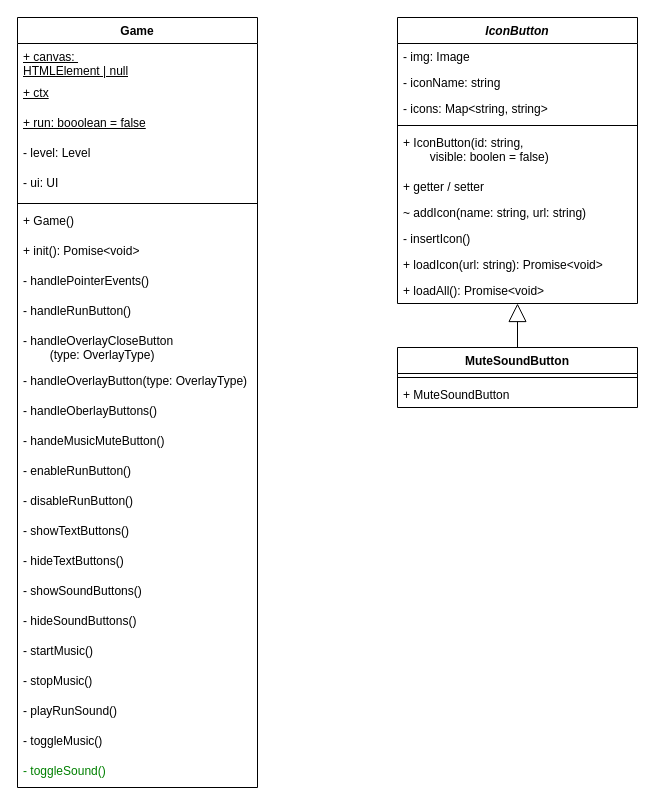
The draw.io diagram docs/issue/152-diagram.drawio in elma1989/el-pollo-loco, before the edit. Source tidied: cells renumbered, new cells numbered last; positions are measured from the earlier drawing's top-left corner, leaving out a move shared by most shapes. Both pictures are drawn from the tidied source at 100%, with x=0, y=0 at pixel (17, 17).
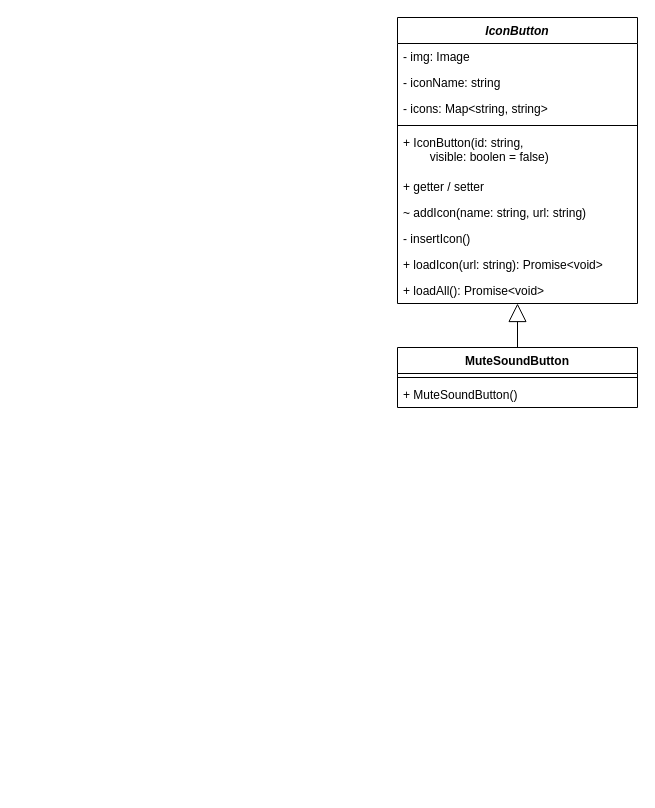
The same page after the edit.

The change refers to these unchanged cells:
```xml
<mxCell id="2" value="MuteSoundButton" style="swimlane;fontStyle=1;align=center;verticalAlign=top;horizontal=1;startSize=26;whiteSpace=wrap;html=1;" parent="1" vertex="1">
  <mxGeometry x="380" y="330" width="240" height="60" as="geometry" />
</mxCell>
```

The edit, as a diff of the source:
```diff
@@
-    <mxCell id="4" value="+ MuteSoundButton" style="text;strokeColor=none;fillColor=none;align=left;verticalAlign=top;spacingLeft=4;spacingRight=4;overflow=hidden;whiteSpace=wrap;html=1;" parent="2" vertex="1">
+    <mxCell id="4" value="+ MuteSoundButton()" style="text;strokeColor=none;fillColor=none;align=left;verticalAlign=top;spacingLeft=4;spacingRight=4;overflow=hidden;whiteSpace=wrap;html=1;" parent="2" vertex="1">
       <mxGeometry y="34" width="240" height="26" as="geometry" />
     </mxCell>
@@
-    <mxCell id="17" value="Game" style="swimlane;fontStyle=1;align=center;verticalAlign=top;horizontal=1;startSize=26;whiteSpace=wrap;html=1;" parent="1" vertex="1">
-      <mxGeometry width="240" height="770" as="geometry" />
-    </mxCell>
-    <mxCell id="18" value="+ canvas:&amp;nbsp;&lt;div&gt;HTMLElement | null&lt;/div&gt;" style="text;strokeColor=none;fillColor=none;align=left;verticalAlign=top;spacingLeft=4;spacingRight=4;overflow=hidden;whiteSpace=wrap;html=1;fontStyle=4;" parent="17" vertex="1">
-      <mxGeometry y="26" width="240" height="36" as="geometry" />
-    </mxCell>
-    <mxCell id="19" value="+ ctx" style="text;strokeColor=none;fillColor=none;align=left;verticalAlign=top;spacingLeft=4;spacingRight=4;overflow=hidden;whiteSpace=wrap;html=1;fontStyle=4;" parent="17" vertex="1">
-      <mxGeometry y="62" width="240" height="30" as="geometry" />
-    </mxCell>
-    <mxCell id="20" value="+ run: booolean = false" style="text;strokeColor=none;fillColor=none;align=left;verticalAlign=top;spacingLeft=4;spacingRight=4;overflow=hidden;whiteSpace=wrap;html=1;fontStyle=4;" parent="17" vertex="1">
-      <mxGeometry y="92" width="240" height="30" as="geometry" />
-    </mxCell>
-    <mxCell id="21" value="- level: Level" style="text;strokeColor=none;fillColor=none;align=left;verticalAlign=top;spacingLeft=4;spacingRight=4;overflow=hidden;whiteSpace=wrap;html=1;fontStyle=0;fontColor=default;" parent="17" vertex="1">
-      <mxGeometry y="122" width="240" height="30" as="geometry" />
-    </mxCell>
-    <mxCell id="22" value="- ui: UI" style="text;strokeColor=none;fillColor=none;align=left;verticalAlign=top;spacingLeft=4;spacingRight=4;overflow=hidden;whiteSpace=wrap;html=1;fontStyle=0;fontColor=default;" parent="17" vertex="1">
-      <mxGeometry y="152" width="240" height="30" as="geometry" />
-    </mxCell>
-    <mxCell id="23" style="line;strokeWidth=1;fillColor=none;align=left;verticalAlign=middle;spacingTop=-1;spacingLeft=3;spacingRight=3;labelPosition=right;strokeColor=inherit;" parent="17" vertex="1">
-      <mxGeometry y="182" width="240" height="8" as="geometry" />
-    </mxCell>
-    <mxCell id="24" value="+ Game()" style="text;strokeColor=none;fillColor=none;align=left;verticalAlign=top;spacingLeft=4;spacingRight=4;overflow=hidden;whiteSpace=wrap;html=1;fontStyle=0;fontColor=default;" parent="17" vertex="1">
-      <mxGeometry y="190" width="240" height="30" as="geometry" />
-    </mxCell>
-    <mxCell id="25" value="+ init(): Pomise&amp;lt;void&amp;gt;" style="text;strokeColor=none;fillColor=none;align=left;verticalAlign=top;spacingLeft=4;spacingRight=4;overflow=hidden;whiteSpace=wrap;html=1;fontStyle=0;fontColor=default;" parent="17" vertex="1">
-      <mxGeometry y="220" width="240" height="30" as="geometry" />
-    </mxCell>
-    <mxCell id="26" value="- handlePointerEvents()" style="text;strokeColor=none;fillColor=none;align=left;verticalAlign=top;spacingLeft=4;spacingRight=4;overflow=hidden;whiteSpace=wrap;html=1;fontStyle=0;fontColor=default;" parent="17" vertex="1">
-      <mxGeometry y="250" width="240" height="30" as="geometry" />
-    </mxCell>
-    <mxCell id="27" value="- handleRunButton()" style="text;strokeColor=none;fillColor=none;align=left;verticalAlign=top;spacingLeft=4;spacingRight=4;overflow=hidden;whiteSpace=wrap;html=1;fontStyle=0;fontColor=default;" parent="17" vertex="1">
-      <mxGeometry y="280" width="240" height="30" as="geometry" />
-    </mxCell>
-    <mxCell id="28" value="- handleOverlayCloseButton&lt;div&gt;&lt;span style=&quot;white-space: pre;&quot;&gt;&#9;&lt;/span&gt;(type: OverlayType)&lt;/div&gt;" style="text;strokeColor=none;fillColor=none;align=left;verticalAlign=top;spacingLeft=4;spacingRight=4;overflow=hidden;whiteSpace=wrap;html=1;fontStyle=0;fontColor=default;" parent="17" vertex="1">
-      <mxGeometry y="310" width="240" height="40" as="geometry" />
-    </mxCell>
-    <mxCell id="29" value="- handleOverlayButton(type: OverlayType)" style="text;strokeColor=none;fillColor=none;align=left;verticalAlign=top;spacingLeft=4;spacingRight=4;overflow=hidden;whiteSpace=wrap;html=1;fontStyle=0;fontColor=default;" parent="17" vertex="1">
-      <mxGeometry y="350" width="240" height="30" as="geometry" />
-    </mxCell>
-    <mxCell id="30" value="- handleOberlayButtons()" style="text;strokeColor=none;fillColor=none;align=left;verticalAlign=top;spacingLeft=4;spacingRight=4;overflow=hidden;whiteSpace=wrap;html=1;fontStyle=0;fontColor=default;" parent="17" vertex="1">
-      <mxGeometry y="380" width="240" height="30" as="geometry" />
-    </mxCell>
-    <mxCell id="31" value="- handeMusicMuteButton()" style="text;strokeColor=none;fillColor=none;align=left;verticalAlign=top;spacingLeft=4;spacingRight=4;overflow=hidden;whiteSpace=wrap;html=1;fontStyle=0;fontColor=default;" parent="17" vertex="1">
-      <mxGeometry y="410" width="240" height="30" as="geometry" />
-    </mxCell>
-    <mxCell id="32" value="- enableRunButton()" style="text;strokeColor=none;fillColor=none;align=left;verticalAlign=top;spacingLeft=4;spacingRight=4;overflow=hidden;whiteSpace=wrap;html=1;fontStyle=0;fontColor=default;" parent="17" vertex="1">
-      <mxGeometry y="440" width="240" height="30" as="geometry" />
-    </mxCell>
-    <mxCell id="33" value="- disableRunButton()" style="text;strokeColor=none;fillColor=none;align=left;verticalAlign=top;spacingLeft=4;spacingRight=4;overflow=hidden;whiteSpace=wrap;html=1;fontStyle=0;fontColor=default;" parent="17" vertex="1">
-      <mxGeometry y="470" width="240" height="30" as="geometry" />
-    </mxCell>
-    <mxCell id="34" value="- showTextButtons()" style="text;strokeColor=none;fillColor=none;align=left;verticalAlign=top;spacingLeft=4;spacingRight=4;overflow=hidden;whiteSpace=wrap;html=1;fontStyle=0;fontColor=default;" parent="17" vertex="1">
-      <mxGeometry y="500" width="240" height="30" as="geometry" />
-    </mxCell>
-    <mxCell id="35" value="- hideTextButtons()" style="text;strokeColor=none;fillColor=none;align=left;verticalAlign=top;spacingLeft=4;spacingRight=4;overflow=hidden;whiteSpace=wrap;html=1;fontStyle=0;fontColor=default;" parent="17" vertex="1">
-      <mxGeometry y="530" width="240" height="30" as="geometry" />
-    </mxCell>
-    <mxCell id="36" value="- showSoundButtons()" style="text;strokeColor=none;fillColor=none;align=left;verticalAlign=top;spacingLeft=4;spacingRight=4;overflow=hidden;whiteSpace=wrap;html=1;fontStyle=0;fontColor=default;" parent="17" vertex="1">
-      <mxGeometry y="560" width="240" height="30" as="geometry" />
-    </mxCell>
-    <mxCell id="37" value="- hideSoundButtons()" style="text;strokeColor=none;fillColor=none;align=left;verticalAlign=top;spacingLeft=4;spacingRight=4;overflow=hidden;whiteSpace=wrap;html=1;fontStyle=0;fontColor=default;" parent="17" vertex="1">
-      <mxGeometry y="590" width="240" height="30" as="geometry" />
-    </mxCell>
-    <mxCell id="38" value="- startMusic()" style="text;strokeColor=none;fillColor=none;align=left;verticalAlign=top;spacingLeft=4;spacingRight=4;overflow=hidden;whiteSpace=wrap;html=1;fontStyle=0;fontColor=default;" parent="17" vertex="1">
-      <mxGeometry y="620" width="240" height="30" as="geometry" />
-    </mxCell>
-    <mxCell id="39" value="- stopMusic()" style="text;strokeColor=none;fillColor=none;align=left;verticalAlign=top;spacingLeft=4;spacingRight=4;overflow=hidden;whiteSpace=wrap;html=1;fontStyle=0;fontColor=default;" parent="17" vertex="1">
-      <mxGeometry y="650" width="240" height="30" as="geometry" />
-    </mxCell>
-    <mxCell id="40" value="- playRunSound()" style="text;strokeColor=none;fillColor=none;align=left;verticalAlign=top;spacingLeft=4;spacingRight=4;overflow=hidden;whiteSpace=wrap;html=1;fontStyle=0;fontColor=default;" parent="17" vertex="1">
-      <mxGeometry y="680" width="240" height="30" as="geometry" />
-    </mxCell>
-    <mxCell id="41" value="- toggleMusic()" style="text;strokeColor=none;fillColor=none;align=left;verticalAlign=top;spacingLeft=4;spacingRight=4;overflow=hidden;whiteSpace=wrap;html=1;fontStyle=0;fontColor=default;" parent="17" vertex="1">
-      <mxGeometry y="710" width="240" height="30" as="geometry" />
-    </mxCell>
-    <mxCell id="42" value="- toggleSound()" style="text;strokeColor=none;fillColor=none;align=left;verticalAlign=top;spacingLeft=4;spacingRight=4;overflow=hidden;whiteSpace=wrap;html=1;fontStyle=0;fontColor=light-dark(#008000,#80FF80);" parent="17" vertex="1">
-      <mxGeometry y="740" width="240" height="30" as="geometry" />
-    </mxCell>
```
